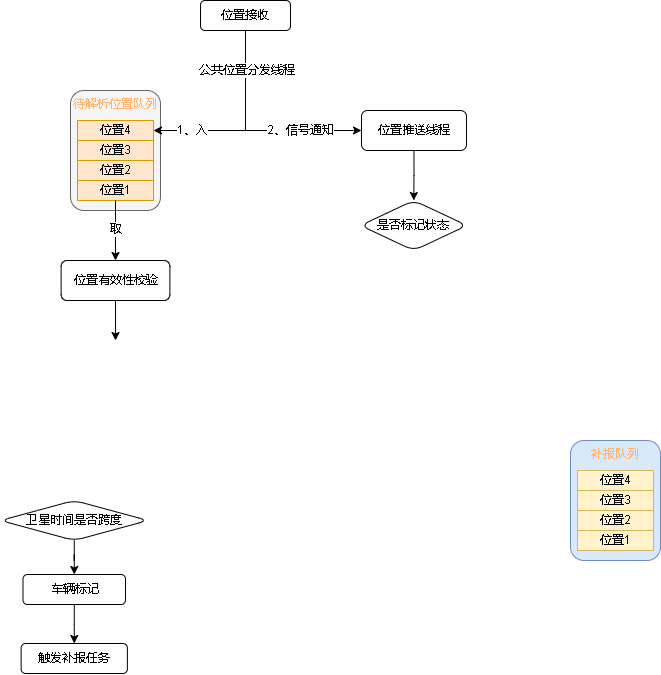
Above: 809数据跨度.drawio.png in xktder/draw (draw.io), before the change. Source tidied: cells renumbered, new cells last; positions are measured from the earlier drawing's top-left corner, leaving out a move shared by most shapes.
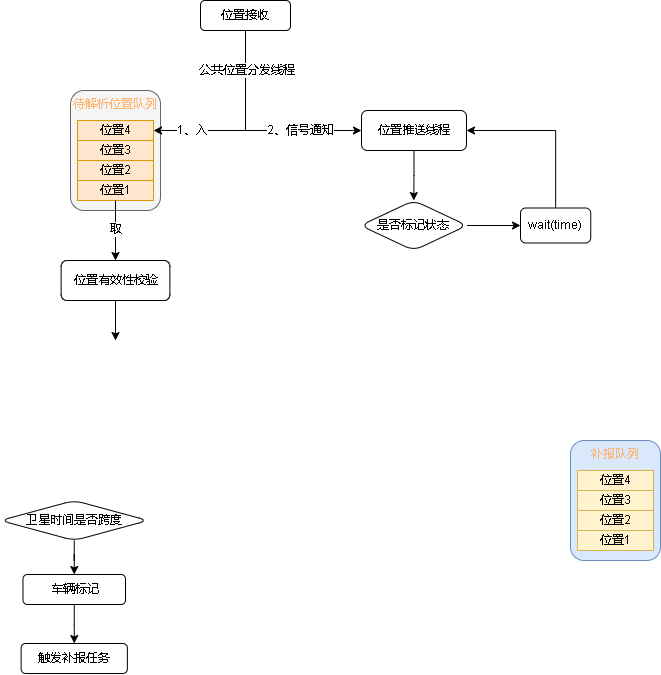
The same file after the commit.

Commit message:
更新809数据跨度.drawio.png

Diff of the diagram source:
```diff
@@ -104,8 +104,21 @@
     <mxCell id="30" value="位置推送线程" style="rounded=1;whiteSpace=wrap;html=1;fontColor=#000000;" parent="1" vertex="1">
       <mxGeometry x="361" y="110" width="105" height="40" as="geometry" />
     </mxCell>
+    <mxCell id="32" style="edgeStyle=orthogonalEdgeStyle;rounded=0;jettySize=auto;html=1;fontColor=#000000;" parent="1" edge="1" source="31" target="34">
+      <mxGeometry relative="1" as="geometry" />
+    </mxCell>
     <mxCell id="31" value="是否标记状态" style="rhombus;whiteSpace=wrap;html=1;fontColor=#000000;rounded=1;" parent="1" vertex="1">
       <mxGeometry x="360" y="200" width="106.5" height="50" as="geometry" />
     </mxCell>
+    <mxCell id="33" style="edgeStyle=orthogonalEdgeStyle;rounded=0;jettySize=auto;html=1;entryX=1;entryY=0.5;entryDx=0;entryDy=0;fontColor=#000000;" parent="1" edge="1" source="34" target="30">
+      <mxGeometry relative="1" as="geometry">
+        <Array as="points">
+          <mxPoint x="555" y="130" />
+        </Array>
+      </mxGeometry>
+    </mxCell>
+    <mxCell id="34" value="wait(time)" style="whiteSpace=wrap;html=1;fontColor=#000000;rounded=1;" parent="1" vertex="1">
+      <mxGeometry x="520" y="207.5" width="70.2" height="35" as="geometry" />
+    </mxCell>
   </root>
 </mxGraphModel>
```
